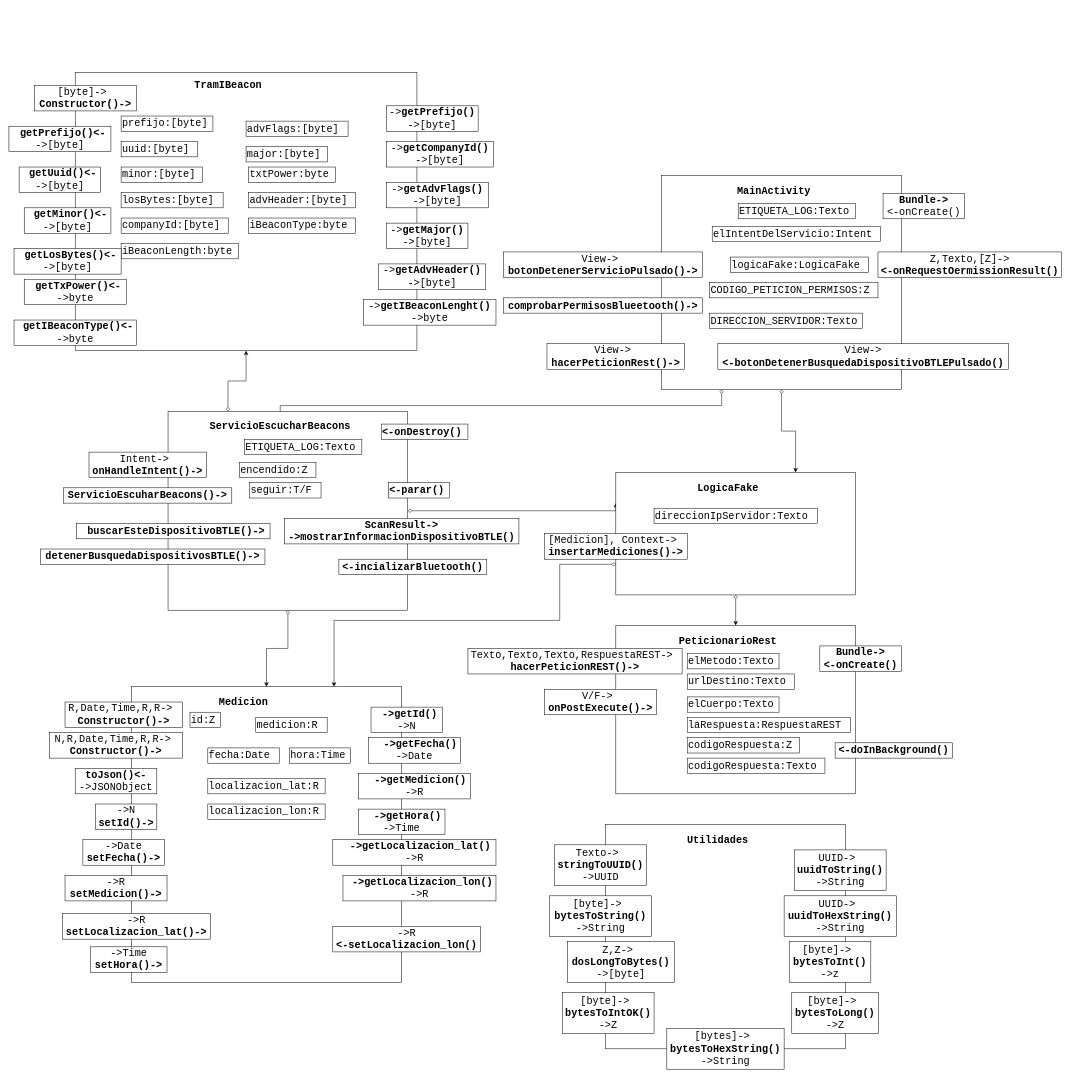
This is page "General" (8 of 9) of doc/Diseño/AppServicioEnviarInfo/Android.drawio from 3-GTI-ProyectoMedioAmbiente/Android, a draw.io file, before an edit. Source tidied: cells renumbered, new cells numbered last; positions are measured from the earlier drawing's top-left corner, leaving out a move shared by most shapes. Both pictures are drawn from the tidied source at 51%, with x=0, y=0 at pixel (9, 72).
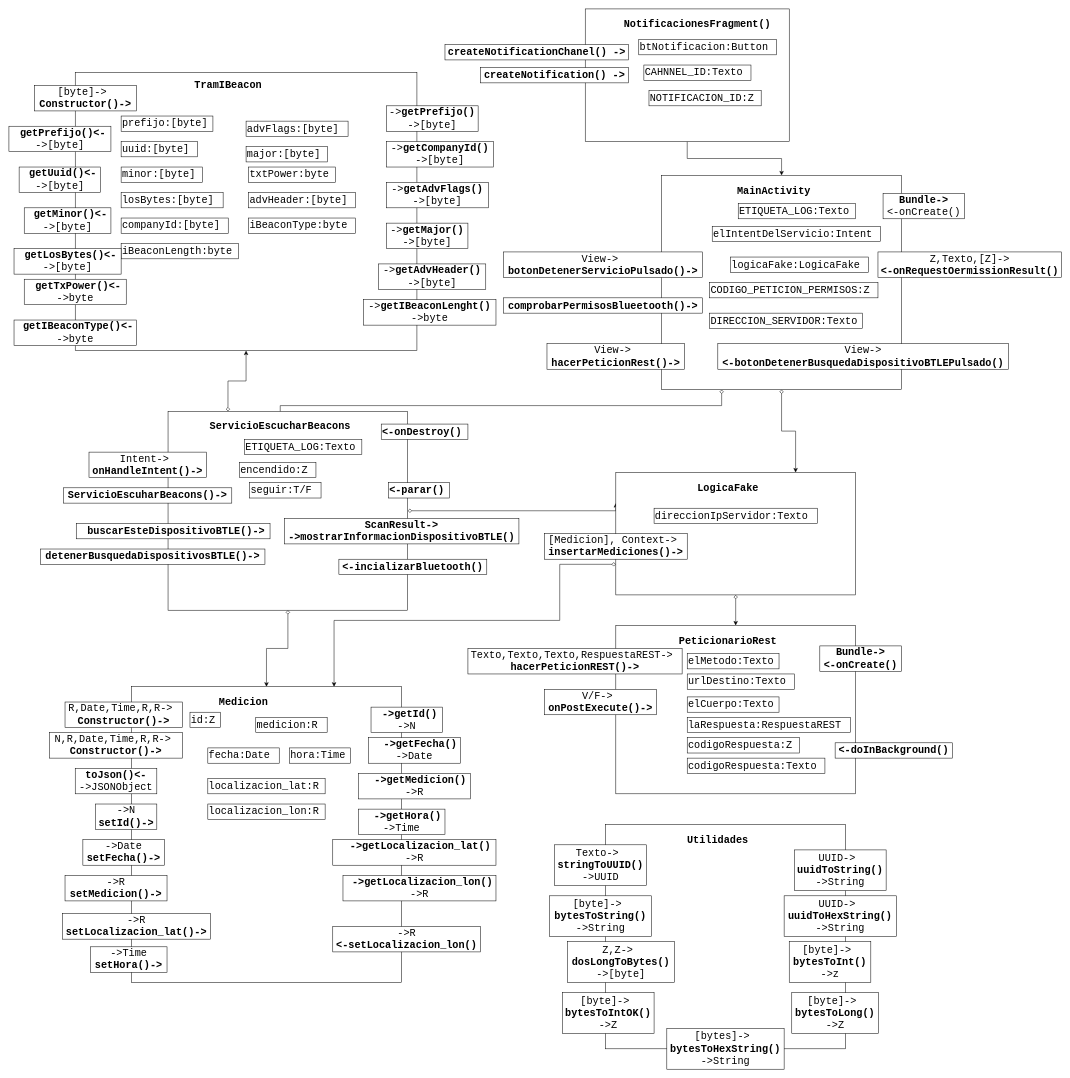
Above is the later version.

Commit message (it also covers changes not shown here):
Diseño Notificacion

Unchanged cells that the change refers to:
```xml
<mxCell id="4" style="rounded=0;whiteSpace=wrap;html=1;" parent="1" vertex="1">
  <mxGeometry x="1280" y="201.5" width="470" height="420" as="geometry" />
</mxCell>
```

What changed in the source:
```diff
@@
+    <mxCell id="111" style="edgeStyle=orthogonalEdgeStyle;rounded=0;jettySize=auto;html=1;" parent="1" edge="1" source="112" target="4">
+      <mxGeometry relative="1" as="geometry" />
+    </mxCell>
+    <mxCell id="112" style="rounded=0;whiteSpace=wrap;html=1;" parent="1" vertex="1">
+      <mxGeometry x="1130" y="-125" width="400" height="260" as="geometry" />
+    </mxCell>
+    <mxCell id="113" value="NotificacionesFragment()" style="text;html=1;strokeColor=none;fillColor=none;align=center;verticalAlign=middle;whiteSpace=wrap;rounded=0;fontStyle=1;fontFamily=Courier New;fontSize=20;" parent="1" vertex="1">
+      <mxGeometry x="1270" y="-105" width="160" height="20" as="geometry" />
+    </mxCell>
+    <mxCell id="114" value="&lt;b&gt;createNotificationChanel() -&amp;gt;&lt;/b&gt;" style="rounded=0;whiteSpace=wrap;html=1;fontFamily=Courier New;fontSize=20;align=center;fontStyle=0;" parent="1" vertex="1">
+      <mxGeometry x="855" y="-55" width="360" height="30" as="geometry" />
+    </mxCell>
+    <mxCell id="115" value="&lt;div&gt;&lt;/div&gt;&lt;b&gt;createNotification() -&amp;gt;&lt;/b&gt;" style="rounded=0;whiteSpace=wrap;html=1;fontFamily=Courier New;fontSize=20;align=center;fontStyle=0;" parent="1" vertex="1">
+      <mxGeometry x="925" y="-10" width="290" height="30" as="geometry" />
+    </mxCell>
+    <mxCell id="116" value="btNotificacion:Button" style="rounded=0;whiteSpace=wrap;html=1;fontFamily=Courier New;fontSize=20;align=left;fontStyle=0;" parent="1" vertex="1">
+      <mxGeometry x="1235" y="-65" width="270" height="30" as="geometry" />
+    </mxCell>
+    <mxCell id="117" value="CAHNNEL_ID:Texto" style="rounded=0;whiteSpace=wrap;html=1;fontFamily=Courier New;fontSize=20;align=left;fontStyle=0;" parent="1" vertex="1">
+      <mxGeometry x="1245" y="-15" width="210" height="30" as="geometry" />
+    </mxCell>
+    <mxCell id="118" value="NOTIFICACION_ID:Z" style="rounded=0;whiteSpace=wrap;html=1;fontFamily=Courier New;fontSize=20;align=left;fontStyle=0;" parent="1" vertex="1">
+      <mxGeometry x="1255" y="35" width="220" height="30" as="geometry" />
+    </mxCell>
```
